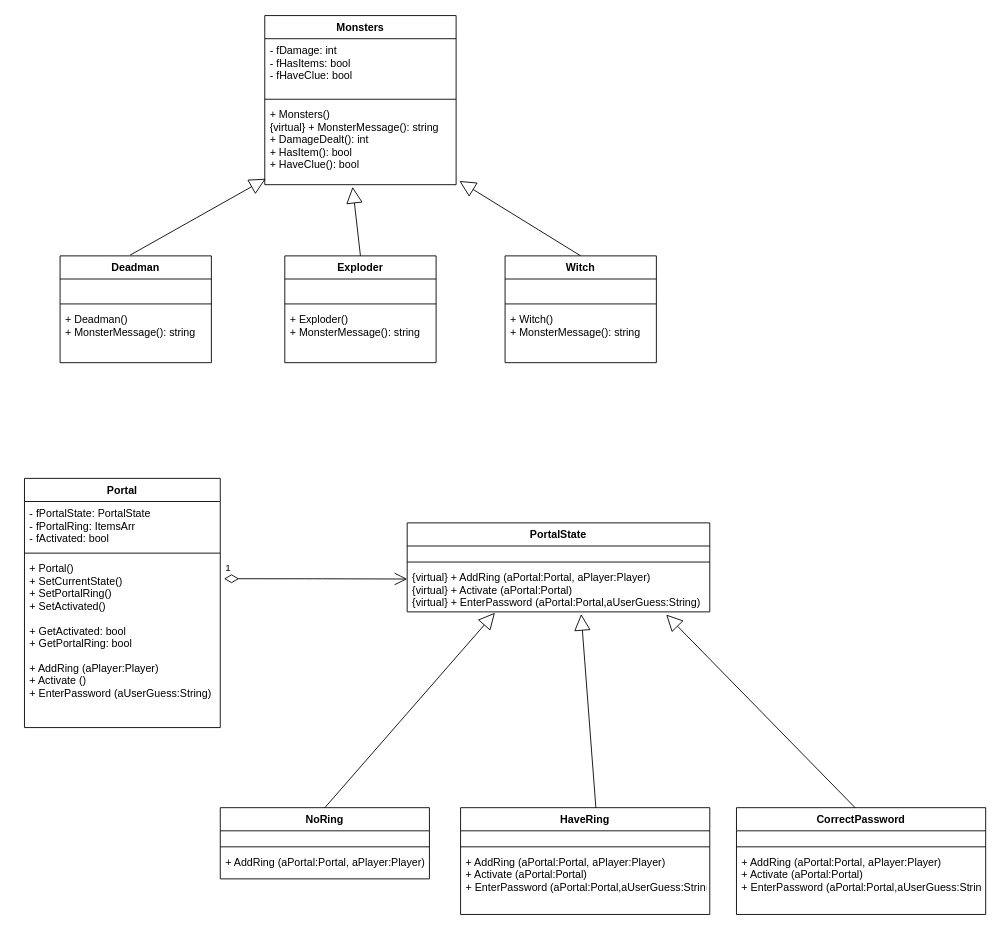
The draw.io diagram DP1Diagrams.drawio in LastMinuteBanter/DistinctionTaskUML, before the edit. Source tidied: cells renumbered, new cells numbered last; positions are measured from the earlier drawing's top-left corner, leaving out a move shared by most shapes. Both pictures are drawn from the tidied source at 89%, with x=0, y=0 at pixel (24, 15).
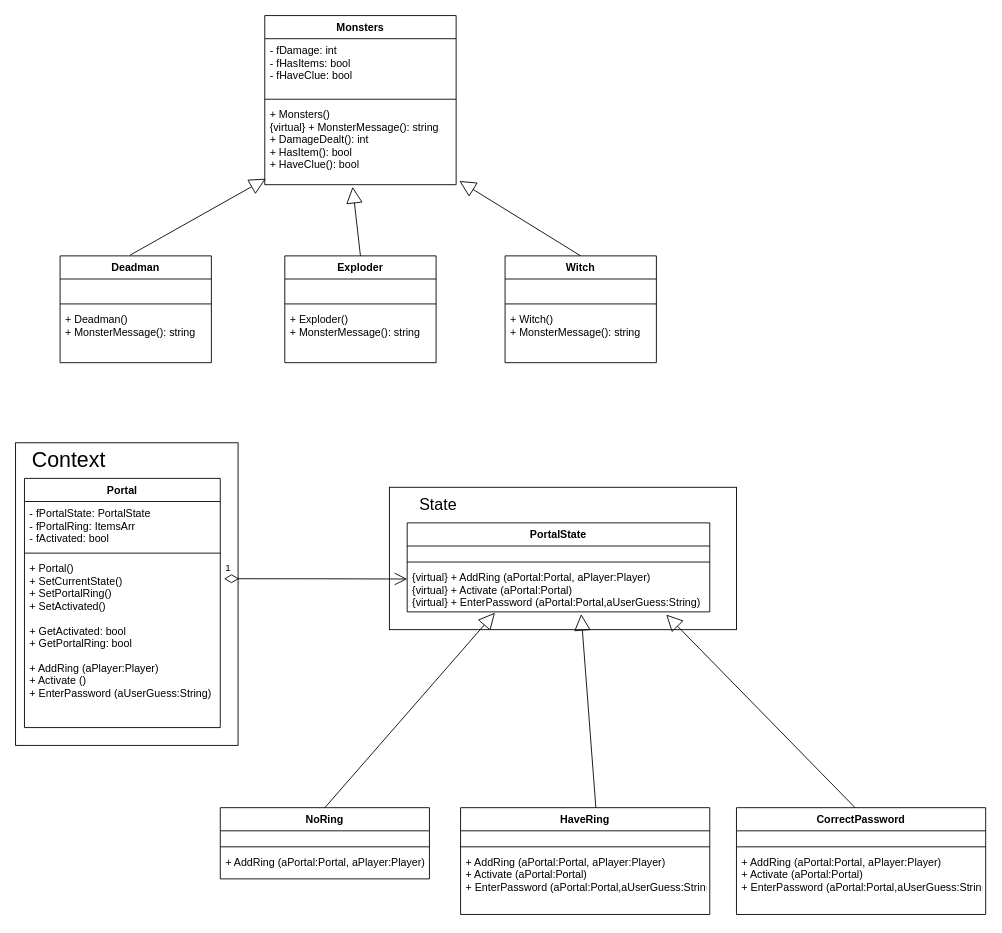
The same page after the edit.

Change to the diagram source:
```diff
@@
+    <mxCell id="45" style="rounded=0;whiteSpace=wrap;html=1;" parent="1" vertex="1">
+      <mxGeometry x="410" y="530" width="390" height="160" as="geometry" />
+    </mxCell>
+    <mxCell id="46" style="rounded=0;whiteSpace=wrap;html=1;" parent="1" vertex="1">
+      <mxGeometry x="-10" y="480" width="250" height="340" as="geometry" />
+    </mxCell>
@@
+    <mxCell id="47" value="&lt;font style=&quot;font-size: 24px&quot;&gt;Context&lt;/font&gt;" style="text;html=1;strokeColor=none;fillColor=none;align=center;verticalAlign=middle;whiteSpace=wrap;rounded=0;" parent="1" vertex="1">
+      <mxGeometry x="30" y="490" width="40" height="20" as="geometry" />
+    </mxCell>
+    <mxCell id="48" value="&lt;font style=&quot;font-size: 18px&quot;&gt;State&lt;/font&gt;" style="text;html=1;strokeColor=none;fillColor=none;align=center;verticalAlign=middle;whiteSpace=wrap;rounded=0;" parent="1" vertex="1">
+      <mxGeometry x="445" y="540" width="40" height="20" as="geometry" />
+    </mxCell>
```
